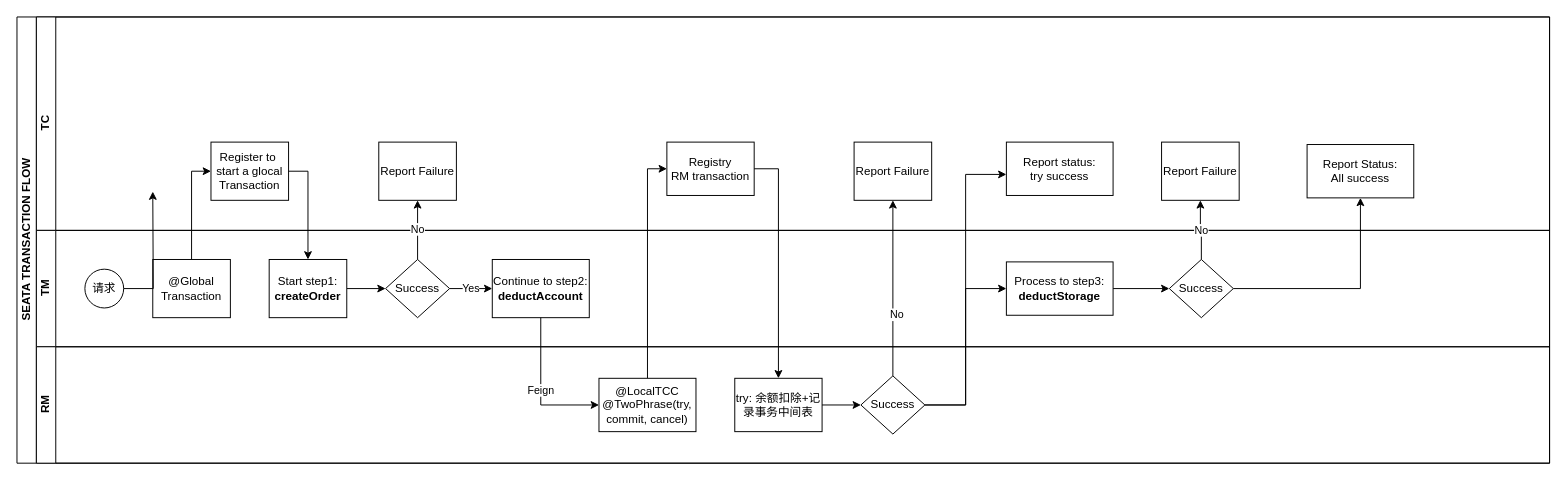
Allen9797/WorkZone keeps this draw.io diagram as 未命名绘图.drawio. Above is the earlier version. Source tidied: cells renumbered, new cells numbered last; positions are measured from the earlier drawing's top-left corner, leaving out a move shared by most shapes. Both pictures are drawn from the tidied source at 97%, with x=0, y=0 at pixel (16, 16).
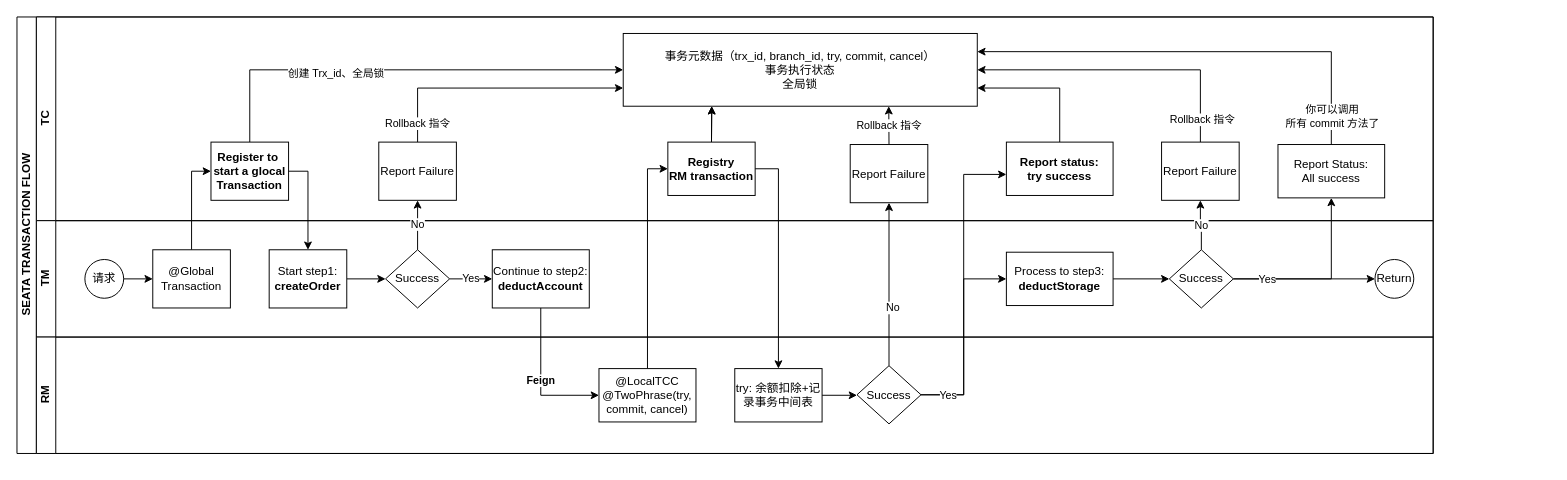
The same page after the edit.

Commit message (it also covers changes not shown here):
更新未命名绘图.drawio

The change refers to these unchanged cells:
```xml
<mxCell id="6" value="Report Failure" style="rounded=0;whiteSpace=wrap;html=1;fontFamily=Helvetica;fontSize=12;fontColor=#000000;align=center;" parent="4" vertex="1">
  <mxGeometry x="353" y="129" width="80" height="60" as="geometry" />
</mxCell>
<mxCell id="10" value="Report Failure" style="rounded=0;whiteSpace=wrap;html=1;fontFamily=Helvetica;fontSize=12;fontColor=#000000;align=center;" parent="4" vertex="1">
  <mxGeometry x="1160" y="129" width="80" height="60" as="geometry" />
</mxCell>
<mxCell id="13" value="@Global&lt;br&gt;Transaction" style="rounded=0;whiteSpace=wrap;html=1;fontFamily=Helvetica;fontSize=12;fontColor=#000000;align=center;" parent="12" vertex="1">
  <mxGeometry x="120" y="30" width="80" height="60" as="geometry" />
</mxCell>
<mxCell id="14" value="请求" style="ellipse;whiteSpace=wrap;html=1;" parent="12" vertex="1">
  <mxGeometry x="50" y="40" width="40" height="40" as="geometry" />
</mxCell>
<mxCell id="19" value="Continue to step2:&lt;br&gt;&lt;b&gt;deductAccount&lt;/b&gt;" style="rounded=0;whiteSpace=wrap;html=1;fontFamily=Helvetica;fontSize=12;fontColor=#000000;align=center;" parent="12" vertex="1">
  <mxGeometry x="470" y="30" width="100" height="60" as="geometry" />
</mxCell>
<mxCell id="21" value="Process to step3:&lt;br&gt;&lt;b&gt;deductStorage&lt;/b&gt;" style="rounded=0;whiteSpace=wrap;html=1;fontFamily=Helvetica;fontSize=12;fontColor=#000000;align=center;direction=south;" parent="12" vertex="1">
  <mxGeometry x="1000" y="32.5" width="110" height="55" as="geometry" />
</mxCell>
<mxCell id="22" value="Success" style="rhombus;whiteSpace=wrap;html=1;fontFamily=Helvetica;fontSize=12;fontColor=#000000;align=center;" parent="12" vertex="1">
  <mxGeometry x="1168" y="30" width="66" height="60" as="geometry" />
</mxCell>
<mxCell id="32" value="@LocalTCC&lt;br&gt;@TwoPhrase(try, commit, cancel)" style="rounded=0;whiteSpace=wrap;html=1;fontFamily=Helvetica;fontSize=12;fontColor=#000000;align=center;direction=south;" parent="31" vertex="1">
  <mxGeometry x="580" y="32.5" width="100" height="55" as="geometry" />
</mxCell>
<mxCell id="33" value="try: 余额扣除+记录事务中间表" style="rounded=0;whiteSpace=wrap;html=1;fontFamily=Helvetica;fontSize=12;fontColor=#000000;align=center;direction=south;" parent="31" vertex="1">
  <mxGeometry x="720" y="32.5" width="90" height="55" as="geometry" />
</mxCell>
```

Diff of the diagram source:
```diff
@@
     <mxCell id="2" value="SEATA TRANSACTION FLOW" style="swimlane;html=1;horizontal=0;startSize=20;" parent="1" vertex="1">
-      <mxGeometry width="1580" height="460" as="geometry" />
+      <mxGeometry width="1460" height="450" as="geometry" />
     </mxCell>
@@
     <mxCell id="4" value="TC" style="swimlane;html=1;startSize=20;horizontal=0;" parent="2" vertex="1">
-      <mxGeometry x="20" width="1560" height="220" as="geometry" />
+      <mxGeometry x="20" width="1440" height="210" as="geometry" />
     </mxCell>
+    <mxCell id="40" style="edgeStyle=orthogonalEdgeStyle;rounded=0;jettySize=auto;html=1;exitX=0.5;exitY=0;exitDx=0;exitDy=0;entryX=0.5;entryY=1;entryDx=0;entryDy=0;" parent="4" edge="1" source="5" target="51">
+      <mxGeometry relative="1" as="geometry" />
+    </mxCell>
+    <mxCell id="41" value="创建 Trx_id、全局锁" style="edgeLabel;html=1;align=center;verticalAlign=middle;" parent="40" vertex="1">
+      <mxGeometry x="-0.29" y="-3" relative="1" as="geometry" />
+    </mxCell>
-    <mxCell id="5" value="Register to&amp;nbsp;&lt;br&gt;start a glocal&lt;br&gt;Transaction" style="rounded=0;whiteSpace=wrap;html=1;fontFamily=Helvetica;fontSize=12;fontColor=#000000;align=center;" parent="4" vertex="1">
+    <mxCell id="5" value="Register to&amp;nbsp;&lt;br&gt;start a glocal&lt;br&gt;Transaction" style="rounded=0;whiteSpace=wrap;html=1;fontFamily=Helvetica;fontSize=12;fontColor=#000000;align=center;fontStyle=1;" parent="4" vertex="1">
       <mxGeometry x="180" y="129" width="80" height="60" as="geometry" />
     </mxCell>
+    <mxCell id="42" value="Rollback 指令" style="edgeStyle=orthogonalEdgeStyle;rounded=0;jettySize=auto;html=1;exitX=0.5;exitY=0;exitDx=0;exitDy=0;entryX=0.75;entryY=1;entryDx=0;entryDy=0;" parent="4" edge="1" source="6" target="51">
+      <mxGeometry x="-0.86" relative="1" as="geometry" />
+    </mxCell>
@@
+    <mxCell id="43" style="edgeStyle=orthogonalEdgeStyle;rounded=0;jettySize=auto;html=1;exitX=0;exitY=0.5;exitDx=0;exitDy=0;entryX=1;entryY=0.75;entryDx=0;entryDy=0;" parent="4" edge="1" source="7" target="51">
+      <mxGeometry relative="1" as="geometry" />
+    </mxCell>
+    <mxCell id="44" style="edgeStyle=orthogonalEdgeStyle;rounded=0;jettySize=auto;html=1;exitX=0;exitY=0.5;exitDx=0;exitDy=0;entryX=1;entryY=0.75;entryDx=0;entryDy=0;" parent="4" edge="1" source="7" target="51">
+      <mxGeometry relative="1" as="geometry" />
+    </mxCell>
-    <mxCell id="7" value="Registry&lt;br&gt;RM transaction" style="rounded=0;whiteSpace=wrap;html=1;fontFamily=Helvetica;fontSize=12;fontColor=#000000;align=center;direction=south;" parent="4" vertex="1">
-      <mxGeometry x="650" y="129" width="90" height="55" as="geometry" />
+    <mxCell id="7" value="Registry&lt;br&gt;RM transaction" style="rounded=0;whiteSpace=wrap;html=1;fontFamily=Helvetica;fontSize=12;fontColor=#000000;align=center;direction=south;fontStyle=1;" parent="4" vertex="1">
+      <mxGeometry x="651" y="129" width="90" height="55" as="geometry" />
     </mxCell>
+    <mxCell id="45" style="edgeStyle=orthogonalEdgeStyle;rounded=0;jettySize=auto;html=1;exitX=0;exitY=0.5;exitDx=0;exitDy=0;entryX=0.75;entryY=0;entryDx=0;entryDy=0;" parent="4" edge="1" source="8" target="51">
+      <mxGeometry relative="1" as="geometry" />
+    </mxCell>
-    <mxCell id="8" value="Report status:&lt;br&gt;try success" style="rounded=0;whiteSpace=wrap;html=1;fontFamily=Helvetica;fontSize=12;fontColor=#000000;align=center;direction=south;" parent="4" vertex="1">
+    <mxCell id="8" value="Report status:&lt;br&gt;try success" style="rounded=0;whiteSpace=wrap;html=1;fontFamily=Helvetica;fontSize=12;fontColor=#000000;align=center;direction=south;fontStyle=1;" parent="4" vertex="1">
       <mxGeometry x="1000" y="129" width="110" height="55" as="geometry" />
     </mxCell>
+    <mxCell id="46" value="Rollback 指令" style="edgeStyle=orthogonalEdgeStyle;rounded=0;jettySize=auto;html=1;exitX=0.5;exitY=0;exitDx=0;exitDy=0;entryX=1;entryY=0.25;entryDx=0;entryDy=0;" parent="4" edge="1" source="9" target="51">
+      <mxGeometry relative="1" as="geometry" />
+    </mxCell>
     <mxCell id="9" value="Report Failure" style="rounded=0;whiteSpace=wrap;html=1;fontFamily=Helvetica;fontSize=12;fontColor=#000000;align=center;" parent="4" vertex="1">
-      <mxGeometry x="843" y="129" width="80" height="60" as="geometry" />
+      <mxGeometry x="839" y="131.5" width="80" height="60" as="geometry" />
     </mxCell>
+    <mxCell id="47" style="edgeStyle=orthogonalEdgeStyle;rounded=0;jettySize=auto;html=1;exitX=0.5;exitY=0;exitDx=0;exitDy=0;entryX=0.5;entryY=0;entryDx=0;entryDy=0;" parent="4" edge="1" source="10" target="51">
+      <mxGeometry relative="1" as="geometry" />
+    </mxCell>
+    <mxCell id="48" value="Rollback 指令" style="edgeLabel;html=1;align=center;verticalAlign=middle;" parent="47" vertex="1">
+      <mxGeometry x="-0.65" relative="1" as="geometry">
+        <mxPoint x="1" y="29" as="offset" />
+      </mxGeometry>
+    </mxCell>
@@
+    <mxCell id="49" style="edgeStyle=orthogonalEdgeStyle;rounded=0;jettySize=auto;html=1;exitX=0;exitY=0.5;exitDx=0;exitDy=0;entryX=0.25;entryY=0;entryDx=0;entryDy=0;" parent="4" edge="1" source="11" target="51">
+      <mxGeometry relative="1" as="geometry" />
+    </mxCell>
+    <mxCell id="50" value="你可以调用&lt;br&gt;所有 commit 方法了" style="edgeLabel;html=1;align=center;verticalAlign=middle;" parent="49" vertex="1">
+      <mxGeometry x="-0.83" y="4" relative="1" as="geometry">
+        <mxPoint x="4" y="10" as="offset" />
+      </mxGeometry>
+    </mxCell>
     <mxCell id="11" value="Report Status:&lt;br&gt;All success" style="rounded=0;whiteSpace=wrap;html=1;fontFamily=Helvetica;fontSize=12;fontColor=#000000;align=center;direction=south;" parent="4" vertex="1">
-      <mxGeometry x="1310" y="131.5" width="110" height="55" as="geometry" />
+      <mxGeometry x="1280" y="131.5" width="110" height="55" as="geometry" />
     </mxCell>
+    <mxCell id="51" value="事务元数据（trx_id, branch_id, try, commit, cancel）&lt;br&gt;事务执行状态&lt;br&gt;全局锁" style="rounded=0;whiteSpace=wrap;html=1;fontFamily=Helvetica;fontSize=12;fontColor=#000000;align=center;direction=south;" parent="4" vertex="1">
+      <mxGeometry x="605" y="17" width="365" height="75" as="geometry" />
+    </mxCell>
     <mxCell id="12" value="TM" style="swimlane;html=1;startSize=20;horizontal=0;" parent="2" vertex="1">
-      <mxGeometry x="20" y="220" width="1560" height="120" as="geometry" />
+      <mxGeometry x="20" y="210" width="1440" height="120" as="geometry" />
     </mxCell>
@@
+    <mxCell id="52" style="edgeStyle=orthogonalEdgeStyle;rounded=0;jettySize=auto;html=1;exitX=1;exitY=0.5;exitDx=0;exitDy=0;entryX=0;entryY=0.5;entryDx=0;entryDy=0;" parent="12" edge="1" source="14" target="13">
+      <mxGeometry relative="1" as="geometry" />
+    </mxCell>
@@
+    <mxCell id="53" style="edgeStyle=orthogonalEdgeStyle;rounded=0;jettySize=auto;html=1;exitX=1;exitY=0.5;exitDx=0;exitDy=0;entryX=0;entryY=0.5;entryDx=0;entryDy=0;" parent="12" edge="1" source="22" target="54">
+      <mxGeometry relative="1" as="geometry" />
+    </mxCell>
@@
-    <mxCell id="23" style="edgeStyle=orthogonalEdgeStyle;rounded=0;jettySize=auto;html=1;" parent="2" edge="1" source="14">
-      <mxGeometry relative="1" as="geometry">
-        <mxPoint x="140" y="180" as="targetPoint" />
-      </mxGeometry>
-    </mxCell>
+    <mxCell id="54" value="Return" style="ellipse;whiteSpace=wrap;html=1;" parent="12" vertex="1">
+      <mxGeometry x="1380" y="40" width="40" height="40" as="geometry" />
+    </mxCell>
@@
-    <mxCell id="25" value="Feign" style="edgeStyle=orthogonalEdgeStyle;rounded=0;jettySize=auto;html=1;exitX=0.5;exitY=1;exitDx=0;exitDy=0;entryX=0.5;entryY=1;entryDx=0;entryDy=0;" parent="2" edge="1" source="19" target="32">
+    <mxCell id="25" value="Feign" style="edgeStyle=orthogonalEdgeStyle;rounded=0;jettySize=auto;html=1;exitX=0.5;exitY=1;exitDx=0;exitDy=0;entryX=0.5;entryY=1;entryDx=0;entryDy=0;fontStyle=1;" parent="2" edge="1" source="19" target="32">
       <mxGeometry relative="1" as="geometry" />
     </mxCell>
@@
+    <mxCell id="36" value="No" style="edgeStyle=orthogonalEdgeStyle;rounded=0;jettySize=auto;html=1;exitX=0.5;exitY=0;exitDx=0;exitDy=0;entryX=0.5;entryY=1;entryDx=0;entryDy=0;" parent="2" edge="1" source="22" target="10">
+      <mxGeometry relative="1" as="geometry" />
+    </mxCell>
+    <mxCell id="37" style="edgeStyle=orthogonalEdgeStyle;rounded=0;jettySize=auto;html=1;exitX=1;exitY=0.5;exitDx=0;exitDy=0;entryX=1;entryY=0.5;entryDx=0;entryDy=0;" parent="2" edge="1" source="22" target="11">
+      <mxGeometry relative="1" as="geometry" />
+    </mxCell>
+    <mxCell id="55" value="Yes" style="edgeLabel;html=1;align=center;verticalAlign=middle;" parent="37" vertex="1">
+      <mxGeometry x="-0.63" relative="1" as="geometry" />
+    </mxCell>
@@
+    <mxCell id="38" style="edgeStyle=orthogonalEdgeStyle;rounded=0;jettySize=auto;html=1;exitX=1;exitY=0.5;exitDx=0;exitDy=0;entryX=0.5;entryY=1;entryDx=0;entryDy=0;" parent="2" edge="1" source="34" target="21">
+      <mxGeometry relative="1" as="geometry" />
+    </mxCell>
+    <mxCell id="39" value="Yes" style="edgeStyle=orthogonalEdgeStyle;rounded=0;jettySize=auto;html=1;exitX=1;exitY=0.5;exitDx=0;exitDy=0;entryX=0.606;entryY=1;entryDx=0;entryDy=0;entryPerimeter=0;" parent="2" edge="1" source="34" target="8">
+      <mxGeometry x="-0.82" relative="1" as="geometry" />
+    </mxCell>
     <mxCell id="31" value="RM" style="swimlane;html=1;startSize=20;horizontal=0;" parent="2" vertex="1">
-      <mxGeometry x="20" y="340" width="1560" height="120" as="geometry" />
+      <mxGeometry x="20" y="330" width="1440" height="120" as="geometry" />
     </mxCell>
@@
+    <mxCell id="35" style="edgeStyle=orthogonalEdgeStyle;rounded=0;jettySize=auto;html=1;exitX=0.5;exitY=0;exitDx=0;exitDy=0;entryX=0;entryY=0.5;entryDx=0;entryDy=0;" parent="31" edge="1" source="33" target="34">
+      <mxGeometry relative="1" as="geometry" />
+    </mxCell>
@@
     <mxCell id="34" value="Success" style="rhombus;whiteSpace=wrap;html=1;fontFamily=Helvetica;fontSize=12;fontColor=#000000;align=center;" parent="31" vertex="1">
-      <mxGeometry x="850" y="30" width="66" height="60" as="geometry" />
+      <mxGeometry x="846" y="29.5" width="66" height="60" as="geometry" />
     </mxCell>
-    <mxCell id="35" style="edgeStyle=orthogonalEdgeStyle;rounded=0;jettySize=auto;html=1;exitX=0.5;exitY=0;exitDx=0;exitDy=0;entryX=0;entryY=0.5;entryDx=0;entryDy=0;" parent="31" edge="1" source="33" target="34">
-      <mxGeometry relative="1" as="geometry" />
-    </mxCell>
-    <mxCell id="36" value="No" style="edgeStyle=orthogonalEdgeStyle;rounded=0;jettySize=auto;html=1;exitX=0.5;exitY=0;exitDx=0;exitDy=0;entryX=0.5;entryY=1;entryDx=0;entryDy=0;" parent="2" edge="1" source="22" target="10">
-      <mxGeometry relative="1" as="geometry" />
-    </mxCell>
-    <mxCell id="37" style="edgeStyle=orthogonalEdgeStyle;rounded=0;jettySize=auto;html=1;exitX=1;exitY=0.5;exitDx=0;exitDy=0;entryX=1;entryY=0.5;entryDx=0;entryDy=0;" parent="2" edge="1" source="22" target="11">
-      <mxGeometry relative="1" as="geometry" />
-    </mxCell>
-    <mxCell id="38" style="edgeStyle=orthogonalEdgeStyle;rounded=0;jettySize=auto;html=1;exitX=1;exitY=0.5;exitDx=0;exitDy=0;entryX=0.5;entryY=1;entryDx=0;entryDy=0;" parent="2" edge="1" source="34" target="21">
-      <mxGeometry relative="1" as="geometry" />
-    </mxCell>
-    <mxCell id="39" style="edgeStyle=orthogonalEdgeStyle;rounded=0;jettySize=auto;html=1;exitX=1;exitY=0.5;exitDx=0;exitDy=0;entryX=0.606;entryY=1;entryDx=0;entryDy=0;entryPerimeter=0;" parent="2" edge="1" source="34" target="8">
-      <mxGeometry relative="1" as="geometry" />
-    </mxCell>
```
